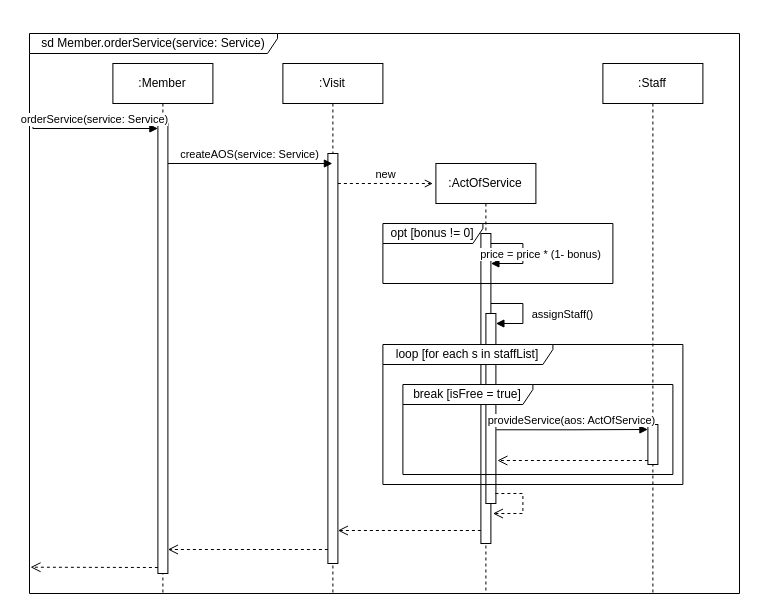
4lnULpGkuW/OOAD keeps this draw.io diagram as page "Диаграмма последовательностей" (2 of 3) of Lab_2/Lab_2.drawio. Above is the earlier version. Source tidied: cells renumbered, new cells numbered last; positions are measured from the earlier drawing's top-left corner, leaving out a move shared by most shapes. Both pictures are drawn from the tidied source at 100%, with x=0, y=0 at pixel (29, 33).
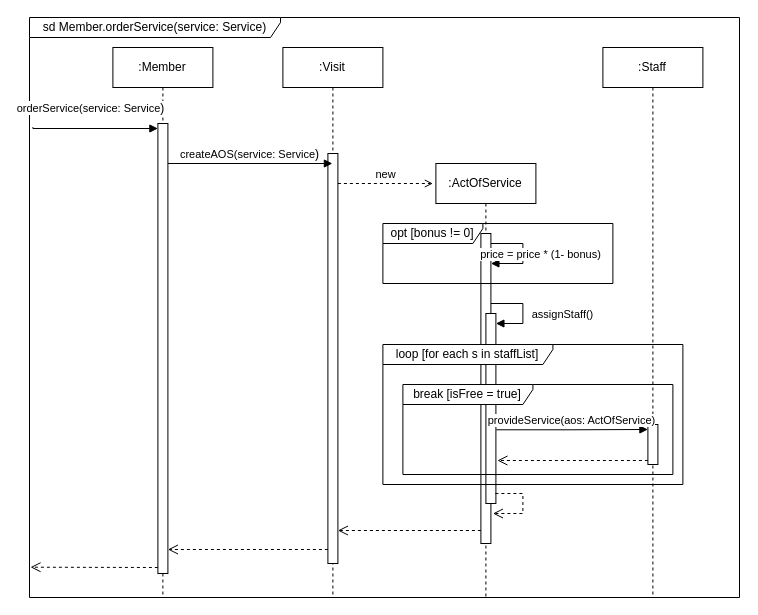
After the change.

The change refers to these unchanged cells:
```xml
<mxCell id="4" style="html=1;points=[[0,0,0,0,5],[0,1,0,0,-5],[1,0,0,0,5],[1,1,0,0,-5]];perimeter=orthogonalPerimeter;outlineConnect=0;targetShapes=umlLifeline;portConstraint=eastwest;newEdgeStyle={&quot;curved&quot;:0,&quot;rounded&quot;:0};" parent="1" vertex="1">
  <mxGeometry x="128.4" y="90" width="10" height="450" as="geometry" />
</mxCell>
```

What changed in the source:
```diff
@@
-    <mxCell id="2" value="sd Member.orderService(service: Service)" style="shape=umlFrame;whiteSpace=wrap;html=1;width=248;height=20;" parent="1" vertex="1">
-      <mxGeometry width="710" height="560" as="geometry" />
+    <mxCell id="2" value="&lt;div style=&quot;text-align: left;&quot;&gt;&lt;span style=&quot;background-color: initial;&quot;&gt;sd Member.orderService(service: Service)&lt;/span&gt;&lt;/div&gt;" style="shape=umlFrame;whiteSpace=wrap;html=1;width=251;height=20;" parent="1" vertex="1">
+      <mxGeometry y="-16" width="710" height="580" as="geometry" />
     </mxCell>
     <mxCell id="3" value=":Member" style="shape=umlLifeline;perimeter=lifelinePerimeter;whiteSpace=wrap;html=1;newEdgeStyle={&quot;curved&quot;:0,&quot;rounded&quot;:0};" parent="1" vertex="1">
-      <mxGeometry x="83.4" y="30" width="100" height="530" as="geometry" />
+      <mxGeometry x="83.4" y="14" width="100" height="550" as="geometry" />
     </mxCell>
@@
-    <mxCell id="5" value="orderService(service: Service)" style="html=1;verticalAlign=bottom;endArrow=block;rounded=0;entryX=0;entryY=0;entryDx=0;entryDy=5;exitX=0;exitY=0.152;exitDx=0;exitDy=0;exitPerimeter=0;edgeStyle=orthogonalEdgeStyle;" parent="1" edge="1" target="4">
-      <mxGeometry relative="1" as="geometry">
+    <mxCell id="5" value="&lt;div style=&quot;text-align: left;&quot;&gt;orderService(service: Service&lt;span style=&quot;font-size: 12px; text-wrap: wrap; background-color: rgb(251, 251, 251);&quot;&gt;)&lt;/span&gt;&lt;/div&gt;" style="html=1;verticalAlign=bottom;endArrow=block;rounded=0;entryX=0;entryY=0;entryDx=0;entryDy=5;exitX=0;exitY=0.152;exitDx=0;exitDy=0;exitPerimeter=0;edgeStyle=orthogonalEdgeStyle;" parent="1" edge="1" target="4">
+      <mxGeometry x="-0.07" y="11" relative="1" as="geometry">
         <mxPoint x="3.4" y="93.6" as="sourcePoint" />
         <Array as="points">
           <mxPoint x="3.4" y="95" />
         </Array>
       </mxGeometry>
     </mxCell>
@@
     <mxCell id="7" value=":Visit" style="shape=umlLifeline;perimeter=lifelinePerimeter;whiteSpace=wrap;html=1;newEdgeStyle={&quot;curved&quot;:0,&quot;rounded&quot;:0};" parent="1" vertex="1">
-      <mxGeometry x="253.4" y="30" width="100" height="530" as="geometry" />
+      <mxGeometry x="253.4" y="14" width="100" height="550" as="geometry" />
     </mxCell>
     <mxCell id="8" style="html=1;perimeter=orthogonalPerimeter;targetShapes=umlLifeline;newEdgeStyle={&quot;curved&quot;:0,&quot;rounded&quot;:0};" parent="7" vertex="1">
-      <mxGeometry x="45" y="90" width="10" height="410" as="geometry" />
+      <mxGeometry x="45" y="106" width="10" height="410" as="geometry" />
     </mxCell>
     <mxCell id="9" value=":ActOfService" style="shape=umlLifeline;perimeter=lifelinePerimeter;whiteSpace=wrap;html=1;newEdgeStyle={&quot;curved&quot;:0,&quot;rounded&quot;:0};" parent="1" vertex="1">
-      <mxGeometry x="406.4" y="130" width="100" height="430" as="geometry" />
+      <mxGeometry x="406.4" y="130" width="100" height="434" as="geometry" />
     </mxCell>
@@
     <mxCell id="14" value=":Staff" style="shape=umlLifeline;perimeter=lifelinePerimeter;whiteSpace=wrap;html=1;newEdgeStyle={&quot;curved&quot;:0,&quot;rounded&quot;:0};" parent="1" vertex="1">
-      <mxGeometry x="573.4" y="30" width="100" height="530" as="geometry" />
+      <mxGeometry x="573.4" y="14" width="100" height="550" as="geometry" />
     </mxCell>
     <mxCell id="15" style="html=1;points=[[0,0,0,0,5],[0,1,0,0,-5],[1,0,0,0,5],[1,1,0,0,-5]];perimeter=orthogonalPerimeter;outlineConnect=0;targetShapes=umlLifeline;portConstraint=eastwest;newEdgeStyle={&quot;curved&quot;:0,&quot;rounded&quot;:0};" parent="14" vertex="1">
-      <mxGeometry x="45" y="361" width="10" height="40" as="geometry" />
+      <mxGeometry x="45" y="377" width="10" height="40" as="geometry" />
     </mxCell>
-    <mxCell id="16" value="createAOS(service: Service)" style="html=1;verticalAlign=bottom;endArrow=block;curved=0;rounded=0;" parent="1" edge="1">
+    <mxCell id="16" value="&lt;div style=&quot;text-align: left;&quot;&gt;createAOS(service: Service&lt;span style=&quot;font-size: 12px; text-wrap: wrap; background-color: rgb(251, 251, 251);&quot;&gt;)&lt;/span&gt;&lt;/div&gt;" style="html=1;verticalAlign=bottom;endArrow=block;curved=0;rounded=0;" parent="1" edge="1">
       <mxGeometry relative="1" as="geometry">
         <mxPoint x="138.4" y="130" as="sourcePoint" />
         <mxPoint x="302.9" y="130" as="targetPoint" />
       </mxGeometry>
     </mxCell>
```
